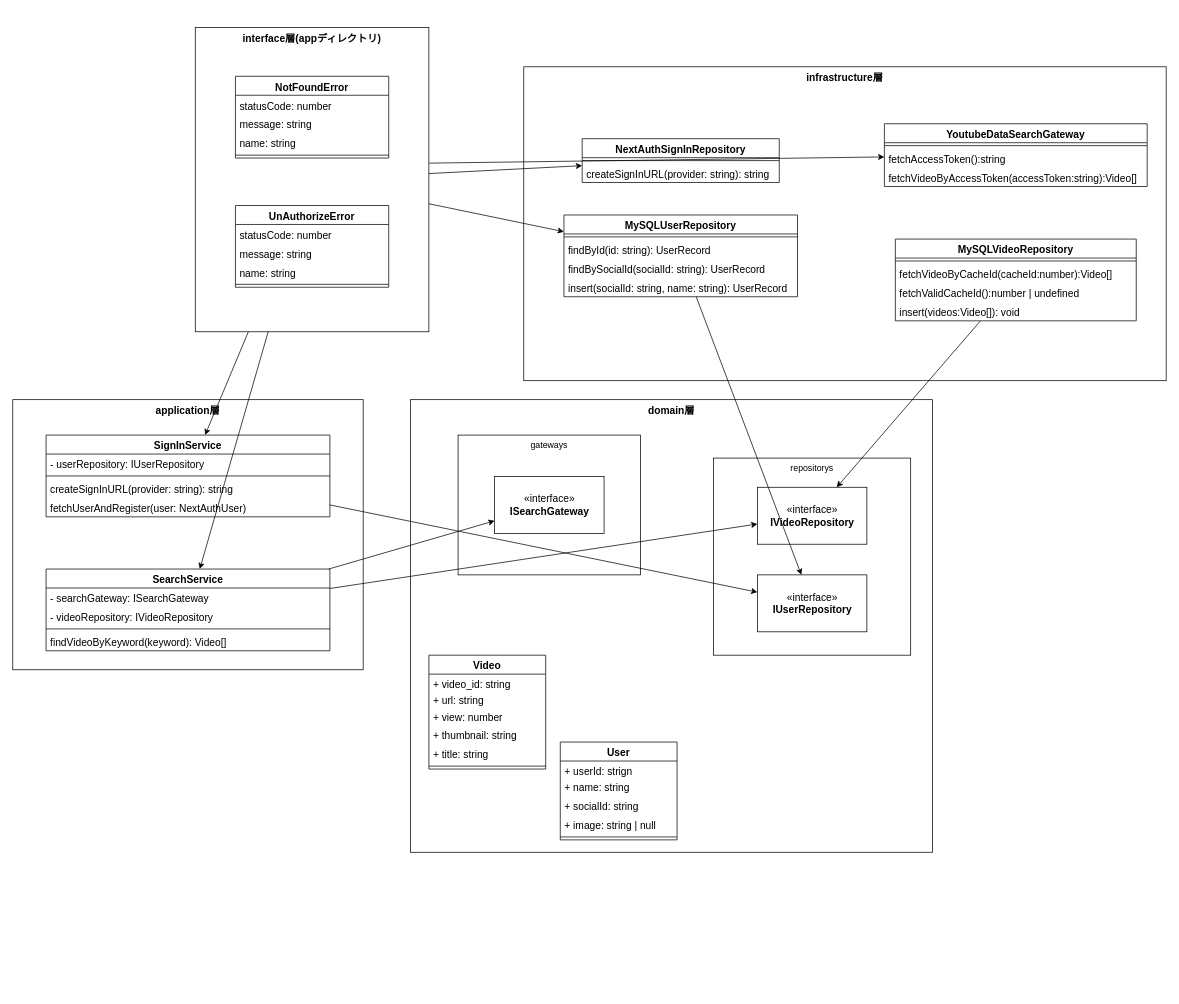
Before: docs/layered-structure.drawio in toki0902/psApp_Nextjs, a draw.io diagram. Source tidied: cells renumbered, new cells numbered last; positions are measured from the earlier drawing's top-left corner, leaving out a move shared by most shapes. Both pictures are drawn from the tidied source at 73%, with x=0, y=0 at pixel (12, 27).
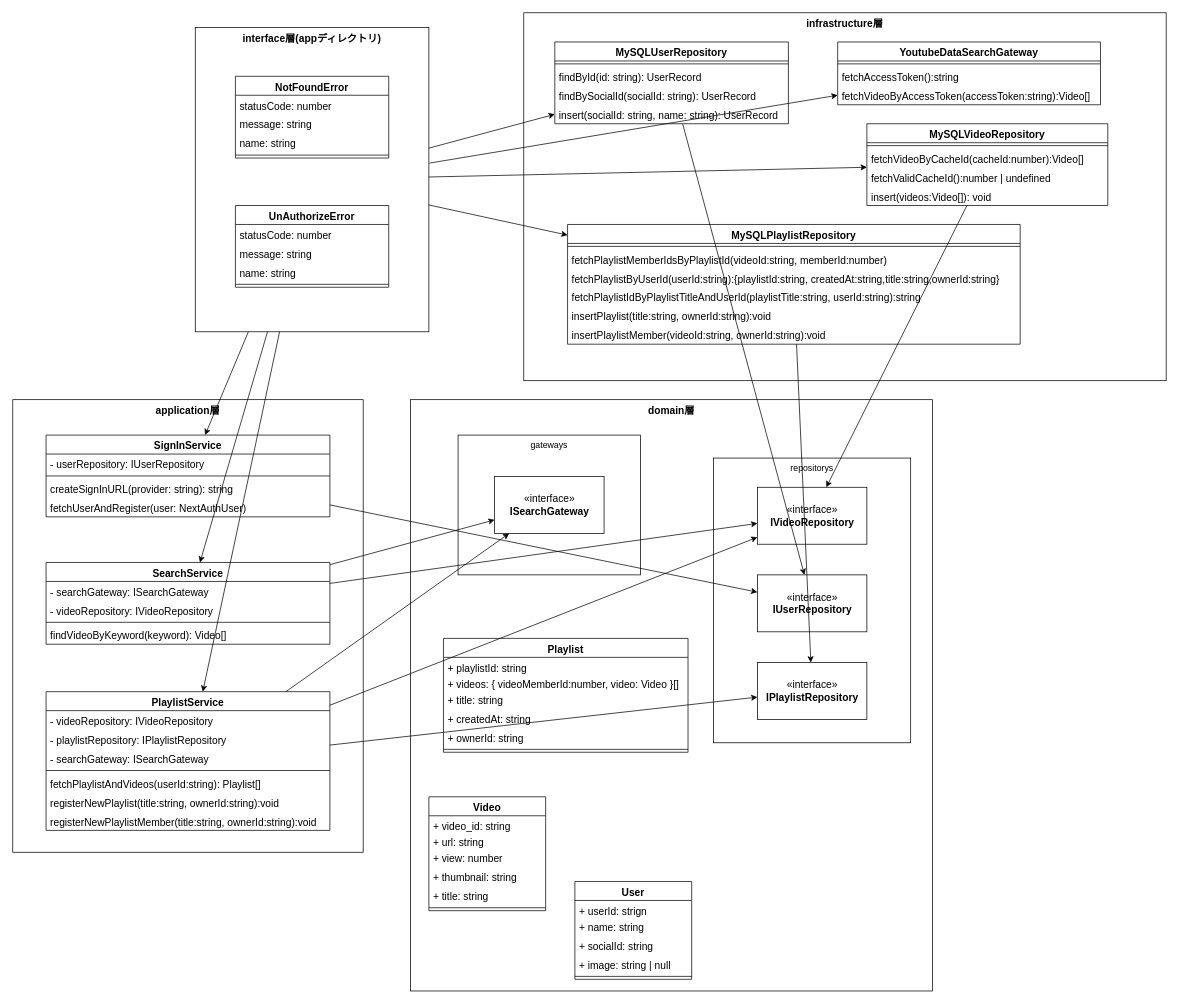
Above is the later version.

Unchanged cells that the change refers to:
```xml
<mxCell id="12" value="&lt;font size=&quot;1&quot;&gt;&lt;b style=&quot;font-size: 14px;&quot;&gt;interface層(appディレクトリ)&lt;/b&gt;&lt;/font&gt;" style="rounded=0;whiteSpace=wrap;html=1;fillColor=none;verticalAlign=top;" parent="1" vertex="1">
  <mxGeometry x="250" width="320" height="417" as="geometry" />
</mxCell>
<mxCell id="46" value="«interface»&lt;br&gt;&lt;b&gt;ISearchGateway&lt;/b&gt;" style="html=1;fontSize=14;fillColor=none;" parent="1" vertex="1">
  <mxGeometry x="660" y="615.2" width="150" height="78" as="geometry" />
</mxCell>
<mxCell id="47" value="«interface»&lt;br&gt;&lt;b&gt;IVideoRepository&lt;/b&gt;" style="html=1;fontSize=14;fillColor=none;" parent="1" vertex="1">
  <mxGeometry x="1020" y="630" width="150" height="78" as="geometry" />
</mxCell>
```

Diff of the diagram source:
```diff
@@
     <mxCell id="2" value="&lt;b&gt;&lt;font style=&quot;font-size: 14px;&quot;&gt;domain層&lt;/font&gt;&lt;/b&gt;" style="rounded=0;whiteSpace=wrap;html=1;fillColor=none;verticalAlign=top;" parent="1" vertex="1">
-      <mxGeometry x="545" y="510" width="715" height="620" as="geometry" />
+      <mxGeometry x="545" y="510" width="715" height="810" as="geometry" />
     </mxCell>
     <mxCell id="3" value="repositorys" style="rounded=0;whiteSpace=wrap;html=1;fillColor=none;verticalAlign=top;" parent="1" vertex="1">
-      <mxGeometry x="960" y="590" width="270" height="270" as="geometry" />
+      <mxGeometry x="960" y="590" width="270" height="390" as="geometry" />
     </mxCell>
@@
     <mxCell id="5" value="&lt;b&gt;&lt;font style=&quot;font-size: 14px;&quot;&gt;infrastructure層&lt;/font&gt;&lt;/b&gt;" style="rounded=0;whiteSpace=wrap;html=1;fillColor=none;verticalAlign=top;" parent="1" vertex="1">
-      <mxGeometry x="700" y="54" width="880" height="430" as="geometry" />
+      <mxGeometry x="700" y="-20" width="880" height="504" as="geometry" />
     </mxCell>
     <mxCell id="6" value="application層" style="rounded=0;whiteSpace=wrap;html=1;fillColor=none;fontStyle=1;fontSize=14;verticalAlign=top;" parent="1" vertex="1">
-      <mxGeometry y="510" width="480" height="370" as="geometry" />
+      <mxGeometry y="510" width="480" height="620" as="geometry" />
     </mxCell>
-    <mxCell id="7" style="edgeStyle=none;html=1;fontSize=14;" parent="1" edge="1" source="12" target="43">
-      <mxGeometry relative="1" as="geometry" />
-    </mxCell>
@@
+    <mxCell id="72" style="edgeStyle=none;html=1;" parent="1" edge="1" source="12" target="78">
+      <mxGeometry relative="1" as="geometry" />
+    </mxCell>
+    <mxCell id="73" style="edgeStyle=none;html=1;" parent="1" edge="1" source="12" target="87">
+      <mxGeometry relative="1" as="geometry" />
+    </mxCell>
+    <mxCell id="74" style="edgeStyle=none;html=1;" parent="1" edge="1" source="12" target="67">
+      <mxGeometry relative="1" as="geometry" />
+    </mxCell>
@@
     <mxCell id="30" value="User" style="swimlane;fontStyle=1;align=center;verticalAlign=top;horizontal=1;startSize=26;fontSize=14;fillColor=none;" parent="1" vertex="1">
-      <mxGeometry x="750" y="979" width="160" height="134" as="geometry" />
+      <mxGeometry x="770" y="1170" width="160" height="134" as="geometry" />
     </mxCell>
@@
     <mxCell id="38" value="MySQLUserRepository" style="swimlane;fontStyle=1;align=center;verticalAlign=top;horizontal=1;startSize=26;fontSize=14;fillColor=none;" parent="1" vertex="1">
-      <mxGeometry x="755" y="257" width="320" height="112" as="geometry" />
+      <mxGeometry x="742.5" y="20" width="320" height="112" as="geometry" />
     </mxCell>
@@
-    <mxCell id="43" value="NextAuthSignInRepository" style="swimlane;fontStyle=1;align=center;verticalAlign=top;horizontal=1;startSize=26;fontSize=14;fillColor=none;" parent="1" vertex="1">
-      <mxGeometry x="780" y="152.5" width="270" height="60" as="geometry" />
-    </mxCell>
-    <mxCell id="44" style="line;strokeWidth=1;fillColor=none;align=left;verticalAlign=middle;spacingTop=-1;spacingLeft=3;spacingRight=3;labelPosition=right;strokeColor=inherit;fontSize=14;" parent="43" vertex="1">
-      <mxGeometry y="26" width="270" height="8" as="geometry" />
-    </mxCell>
-    <mxCell id="45" value="createSignInURL(provider: string): string" style="text;strokeColor=none;fillColor=none;align=left;verticalAlign=top;spacingLeft=4;spacingRight=4;overflow=hidden;fontSize=14;" parent="43" vertex="1">
-      <mxGeometry y="34" width="270" height="26" as="geometry" />
-    </mxCell>
@@
     <mxCell id="48" value="Video" style="swimlane;fontStyle=1;align=center;verticalAlign=top;horizontal=1;startSize=26;fontSize=14;fillColor=none;" parent="1" vertex="1">
-      <mxGeometry x="570" y="860" width="160" height="156" as="geometry" />
+      <mxGeometry x="570" y="1054" width="160" height="156" as="geometry" />
     </mxCell>
@@
     <mxCell id="57" value="SearchService" style="swimlane;fontStyle=1;align=center;verticalAlign=top;horizontal=1;startSize=26;fontSize=14;fillColor=none;" parent="1" vertex="1">
-      <mxGeometry x="45.6" y="742" width="388.8" height="112" as="geometry" />
+      <mxGeometry x="45.6" y="733" width="388.8" height="112" as="geometry" />
     </mxCell>
@@
     <mxCell id="62" value="YoutubeDataSearchGateway" style="swimlane;fontStyle=1;align=center;verticalAlign=top;horizontal=1;startSize=26;fontSize=14;fillColor=none;" parent="1" vertex="1">
-      <mxGeometry x="1194" y="132" width="360" height="86" as="geometry" />
+      <mxGeometry x="1130" y="20" width="360" height="86" as="geometry" />
     </mxCell>
@@
     <mxCell id="67" value="MySQLVideoRepository" style="swimlane;fontStyle=1;align=center;verticalAlign=top;horizontal=1;startSize=26;fontSize=14;fillColor=none;" parent="1" vertex="1">
-      <mxGeometry x="1209" y="290" width="330" height="112" as="geometry" />
+      <mxGeometry x="1170" y="132" width="330" height="112" as="geometry" />
     </mxCell>
@@
+    <mxCell id="75" style="edgeStyle=none;html=1;" parent="1" edge="1" source="78" target="46">
+      <mxGeometry relative="1" as="geometry" />
+    </mxCell>
+    <mxCell id="76" style="edgeStyle=none;html=1;" parent="1" edge="1" source="78" target="47">
+      <mxGeometry relative="1" as="geometry" />
+    </mxCell>
+    <mxCell id="77" style="edgeStyle=none;html=1;" parent="1" edge="1" source="78" target="94">
+      <mxGeometry relative="1" as="geometry" />
+    </mxCell>
+    <mxCell id="78" value="PlaylistService" style="swimlane;fontStyle=1;align=center;verticalAlign=top;horizontal=1;startSize=26;fontSize=14;fillColor=none;" parent="1" vertex="1">
+      <mxGeometry x="45.6" y="910" width="388.8" height="190" as="geometry" />
+    </mxCell>
+    <mxCell id="79" value="- videoRepository: IVideoRepository" style="text;strokeColor=none;fillColor=none;align=left;verticalAlign=top;spacingLeft=4;spacingRight=4;overflow=hidden;fontSize=14;" parent="78" vertex="1">
+      <mxGeometry y="26" width="388.8" height="26" as="geometry" />
+    </mxCell>
+    <mxCell id="80" value="- playlistRepository: IPlaylistRepository" style="text;strokeColor=none;fillColor=none;align=left;verticalAlign=top;spacingLeft=4;spacingRight=4;overflow=hidden;fontSize=14;" parent="78" vertex="1">
+      <mxGeometry y="52" width="388.8" height="26" as="geometry" />
+    </mxCell>
+    <mxCell id="81" value="- searchGateway: ISearchGateway" style="text;strokeColor=none;fillColor=none;align=left;verticalAlign=top;spacingLeft=4;spacingRight=4;overflow=hidden;fontSize=14;" parent="78" vertex="1">
+      <mxGeometry y="78" width="388.8" height="26" as="geometry" />
+    </mxCell>
+    <mxCell id="82" style="line;strokeWidth=1;fillColor=none;align=left;verticalAlign=middle;spacingTop=-1;spacingLeft=3;spacingRight=3;labelPosition=right;strokeColor=inherit;fontSize=14;" parent="78" vertex="1">
+      <mxGeometry y="104" width="388.8" height="8" as="geometry" />
+    </mxCell>
+    <mxCell id="83" value="fetchPlaylistAndVideos(userId:string): Playlist[]" style="text;strokeColor=none;fillColor=none;align=left;verticalAlign=top;spacingLeft=4;spacingRight=4;overflow=hidden;fontSize=14;" parent="78" vertex="1">
+      <mxGeometry y="112" width="388.8" height="26" as="geometry" />
+    </mxCell>
+    <mxCell id="84" value="registerNewPlaylist(title:string, ownerId:string):void" style="text;strokeColor=none;fillColor=none;align=left;verticalAlign=top;spacingLeft=4;spacingRight=4;overflow=hidden;fontSize=14;" parent="78" vertex="1">
+      <mxGeometry y="138" width="388.8" height="26" as="geometry" />
+    </mxCell>
+    <mxCell id="85" value="registerNewPlaylistMember(title:string, ownerId:string):void" style="text;strokeColor=none;fillColor=none;align=left;verticalAlign=top;spacingLeft=4;spacingRight=4;overflow=hidden;fontSize=14;" parent="78" vertex="1">
+      <mxGeometry y="164" width="388.8" height="26" as="geometry" />
+    </mxCell>
+    <mxCell id="86" style="edgeStyle=none;html=1;" parent="1" edge="1" source="87" target="94">
+      <mxGeometry relative="1" as="geometry" />
+    </mxCell>
+    <mxCell id="87" value="MySQLPlaylistRepository" style="swimlane;fontStyle=1;align=center;verticalAlign=top;horizontal=1;startSize=26;fontSize=14;fillColor=none;" parent="1" vertex="1">
+      <mxGeometry x="760" y="270" width="620" height="164" as="geometry" />
+    </mxCell>
+    <mxCell id="88" style="line;strokeWidth=1;fillColor=none;align=left;verticalAlign=middle;spacingTop=-1;spacingLeft=3;spacingRight=3;labelPosition=right;strokeColor=inherit;fontSize=14;" parent="87" vertex="1">
+      <mxGeometry y="26" width="620" height="8" as="geometry" />
+    </mxCell>
+    <mxCell id="89" value="fetchPlaylistMemberIdsByPlaylistId(videoId:string, memberId:number)" style="text;strokeColor=none;fillColor=none;align=left;verticalAlign=top;spacingLeft=4;spacingRight=4;overflow=hidden;fontSize=14;" parent="87" vertex="1">
+      <mxGeometry y="34" width="620" height="26" as="geometry" />
+    </mxCell>
+    <mxCell id="90" value="fetchPlaylistByUserId(userId:string):{playlistId:string, createdAt:string,title:string,ownerId:string}" style="text;strokeColor=none;fillColor=none;align=left;verticalAlign=top;spacingLeft=4;spacingRight=4;overflow=hidden;fontSize=14;" parent="87" vertex="1">
+      <mxGeometry y="60" width="620" height="26" as="geometry" />
+    </mxCell>
+    <mxCell id="91" value="fetchPlaylistIdByPlaylistTitleAndUserId(playlistTitle:string, userId:string):string" style="text;strokeColor=none;fillColor=none;align=left;verticalAlign=top;spacingLeft=4;spacingRight=4;overflow=hidden;fontSize=14;" parent="87" vertex="1">
+      <mxGeometry y="86" width="620" height="26" as="geometry" />
+    </mxCell>
+    <mxCell id="92" value="insertPlaylist(title:string, ownerId:string):void" style="text;strokeColor=none;fillColor=none;align=left;verticalAlign=top;spacingLeft=4;spacingRight=4;overflow=hidden;fontSize=14;" parent="87" vertex="1">
+      <mxGeometry y="112" width="620" height="26" as="geometry" />
+    </mxCell>
+    <mxCell id="93" value="insertPlaylistMember(videoId:string, ownerId:string):void" style="text;strokeColor=none;fillColor=none;align=left;verticalAlign=top;spacingLeft=4;spacingRight=4;overflow=hidden;fontSize=14;" parent="87" vertex="1">
+      <mxGeometry y="138" width="620" height="26" as="geometry" />
+    </mxCell>
+    <mxCell id="94" value="«interface»&lt;br&gt;&lt;b&gt;IPlaylistRepository&lt;/b&gt;" style="html=1;fontSize=14;fillColor=none;" parent="1" vertex="1">
+      <mxGeometry x="1020" y="870" width="150" height="78" as="geometry" />
+    </mxCell>
+    <mxCell id="95" value="Playlist" style="swimlane;fontStyle=1;align=center;verticalAlign=top;horizontal=1;startSize=26;fontSize=14;fillColor=none;" parent="1" vertex="1">
+      <mxGeometry x="590" y="837" width="335" height="156" as="geometry" />
+    </mxCell>
+    <mxCell id="96" value="+ playlistId: string" style="text;strokeColor=none;fillColor=none;align=left;verticalAlign=top;spacingLeft=4;spacingRight=4;overflow=hidden;fontSize=14;" parent="95" vertex="1">
+      <mxGeometry y="26" width="335" height="22" as="geometry" />
+    </mxCell>
+    <mxCell id="97" value="+ videos: { videoMemberId:number, video: Video }[]" style="text;strokeColor=none;fillColor=none;align=left;verticalAlign=top;spacingLeft=4;spacingRight=4;overflow=hidden;fontSize=14;" parent="95" vertex="1">
+      <mxGeometry y="48" width="335" height="22" as="geometry" />
+    </mxCell>
+    <mxCell id="98" value="+ title: string" style="text;strokeColor=none;fillColor=none;align=left;verticalAlign=top;spacingLeft=4;spacingRight=4;overflow=hidden;fontSize=14;" parent="95" vertex="1">
+      <mxGeometry y="70" width="335" height="26" as="geometry" />
+    </mxCell>
+    <mxCell id="99" value="+ createdAt: string" style="text;strokeColor=none;fillColor=none;align=left;verticalAlign=top;spacingLeft=4;spacingRight=4;overflow=hidden;fontSize=14;" parent="95" vertex="1">
+      <mxGeometry y="96" width="335" height="26" as="geometry" />
+    </mxCell>
+    <mxCell id="100" value="+ ownerId: string" style="text;strokeColor=none;fillColor=none;align=left;verticalAlign=top;spacingLeft=4;spacingRight=4;overflow=hidden;fontSize=14;" parent="95" vertex="1">
+      <mxGeometry y="122" width="335" height="26" as="geometry" />
+    </mxCell>
+    <mxCell id="101" style="line;strokeWidth=1;fillColor=none;align=left;verticalAlign=middle;spacingTop=-1;spacingLeft=3;spacingRight=3;labelPosition=right;strokeColor=inherit;fontSize=14;" parent="95" vertex="1">
+      <mxGeometry y="148" width="335" height="8" as="geometry" />
+    </mxCell>
```
